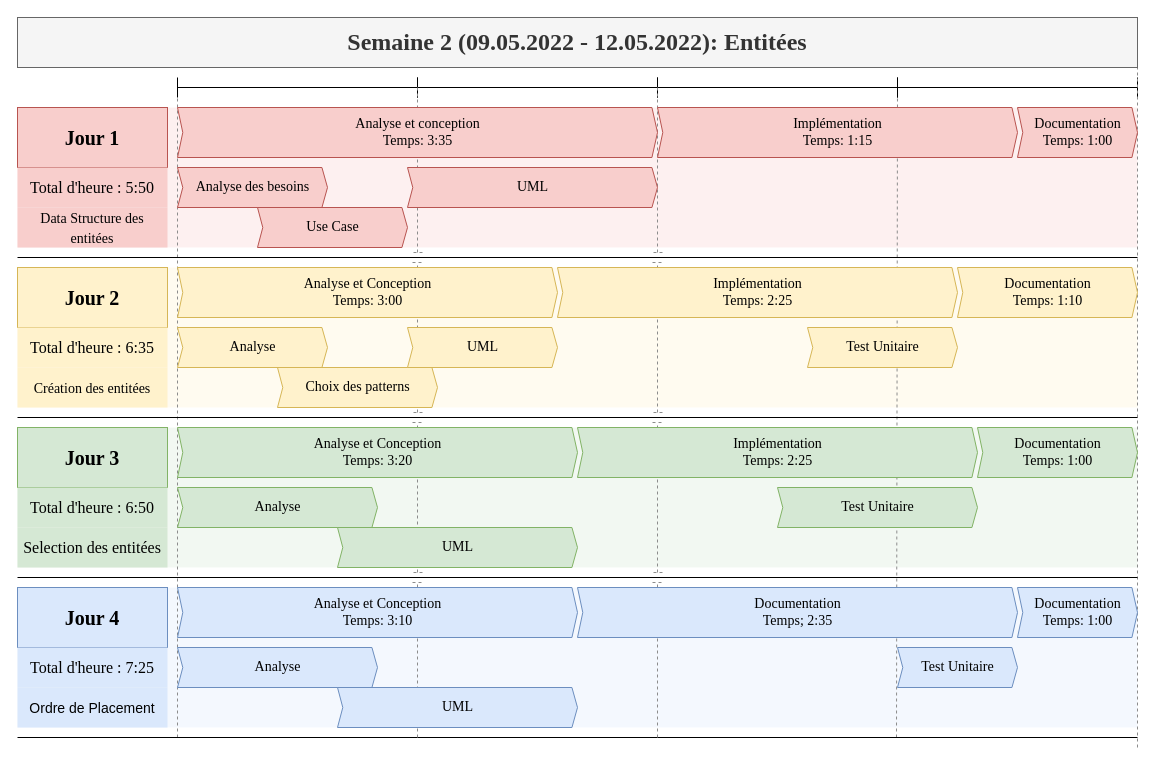
The draw.io diagram Assets/Documentation/Planification/FlorianDuruz_PlanningSemaine2_CastleDefense.drawio in Cat-du-Fromage/TPI_CastleDefense, before the edit. Source tidied: cells renumbered, new cells numbered last; positions are measured from the earlier drawing's top-left corner, leaving out a move shared by most shapes. Both pictures are drawn from the tidied source at 100%, with x=0, y=0 at pixel (17, 17).
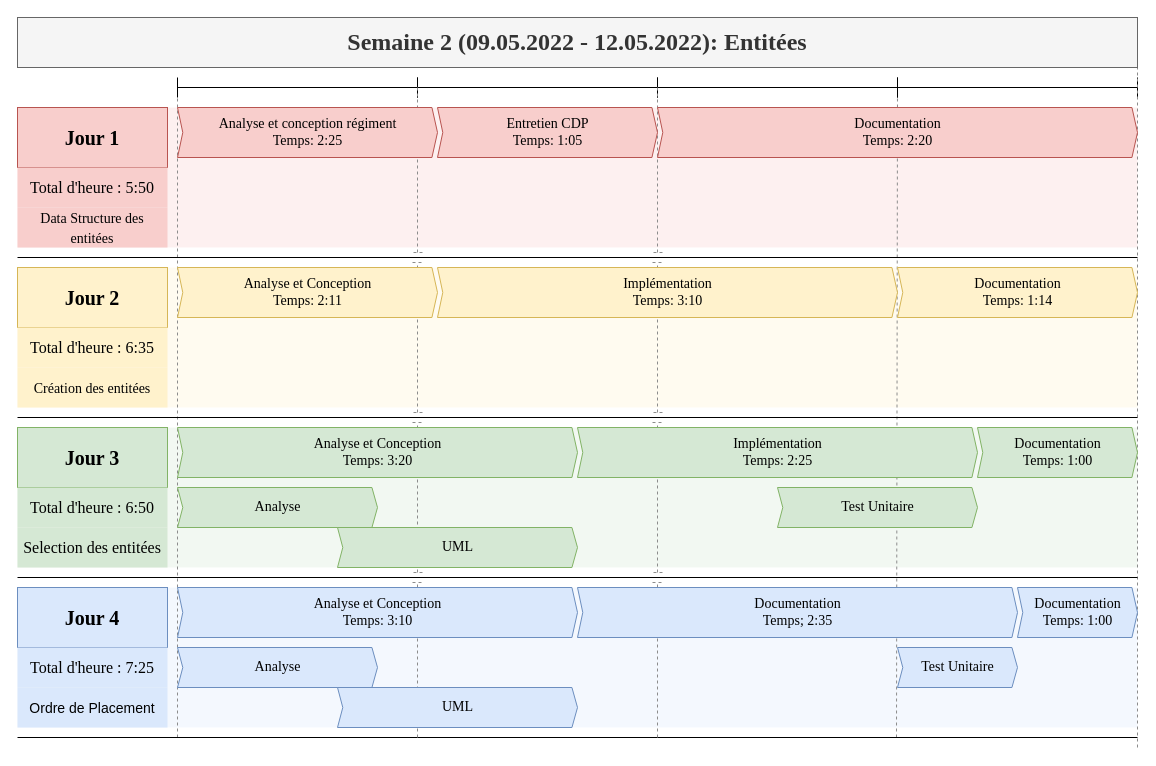
Above is the later version.

Change to the diagram source:
```diff
@@
-    <mxCell id="26" value="Implémentation&lt;br&gt;Temps: 2:25" style="html=1;shape=mxgraph.infographic.ribbonSimple;notch1=5.29;notch2=5.57;align=center;verticalAlign=middle;fontSize=14;fontStyle=0;fillColor=#fff2cc;strokeColor=#d6b656;fontFamily=Times New Roman;" parent="21" vertex="1">
-      <mxGeometry x="540" y="250" width="400" height="50" as="geometry" />
+    <mxCell id="26" value="Implémentation&lt;br&gt;Temps: 3:10" style="html=1;shape=mxgraph.infographic.ribbonSimple;notch1=5.29;notch2=5.57;align=center;verticalAlign=middle;fontSize=14;fontStyle=0;fillColor=#fff2cc;strokeColor=#d6b656;fontFamily=Times New Roman;" parent="21" vertex="1">
+      <mxGeometry x="420" y="250" width="460" height="50" as="geometry" />
     </mxCell>
-    <mxCell id="27" value="Choix des patterns" style="html=1;shape=mxgraph.infographic.ribbonSimple;notch1=5.29;notch2=5.57;align=center;verticalAlign=middle;fontSize=14;fontStyle=0;fillColor=#fff2cc;strokeColor=#d6b656;fontFamily=Times New Roman;" parent="21" vertex="1">
-      <mxGeometry x="260" y="350" width="160" height="40" as="geometry" />
-    </mxCell>
-    <mxCell id="28" value="Documentation&lt;br&gt;Temps: 1:10" style="html=1;shape=mxgraph.infographic.ribbonSimple;notch1=5.29;notch2=5.57;align=center;verticalAlign=middle;fontSize=14;fontStyle=0;fillColor=#fff2cc;strokeColor=#d6b656;gradientDirection=east;fontFamily=Times New Roman;" parent="21" vertex="1">
-      <mxGeometry x="940" y="250" width="180" height="50" as="geometry" />
+    <mxCell id="28" value="Documentation&lt;br&gt;Temps: 1:14" style="html=1;shape=mxgraph.infographic.ribbonSimple;notch1=5.29;notch2=5.57;align=center;verticalAlign=middle;fontSize=14;fontStyle=0;fillColor=#fff2cc;strokeColor=#d6b656;gradientDirection=east;fontFamily=Times New Roman;" parent="21" vertex="1">
+      <mxGeometry x="880" y="250" width="240" height="50" as="geometry" />
     </mxCell>
-    <mxCell id="29" value="Analyse et Conception&lt;br&gt;Temps: 3:00" style="html=1;shape=mxgraph.infographic.ribbonSimple;notch1=5.29;notch2=5.57;align=center;verticalAlign=middle;fontSize=14;fontStyle=0;fillColor=#fff2cc;strokeColor=#d6b656;fontFamily=Times New Roman;" parent="21" vertex="1">
-      <mxGeometry x="160" y="250" width="380" height="50" as="geometry" />
+    <mxCell id="29" value="Analyse et Conception&lt;br&gt;Temps: 2:11" style="html=1;shape=mxgraph.infographic.ribbonSimple;notch1=5.29;notch2=5.57;align=center;verticalAlign=middle;fontSize=14;fontStyle=0;fillColor=#fff2cc;strokeColor=#d6b656;fontFamily=Times New Roman;" parent="21" vertex="1">
+      <mxGeometry x="160" y="250" width="260" height="50" as="geometry" />
     </mxCell>
-    <mxCell id="30" value="Analyse" style="html=1;shape=mxgraph.infographic.ribbonSimple;notch1=5.29;notch2=5.57;align=center;verticalAlign=middle;fontSize=14;fontStyle=0;fillColor=#fff2cc;strokeColor=#d6b656;fontFamily=Times New Roman;" parent="21" vertex="1">
-      <mxGeometry x="160" y="310" width="150" height="40" as="geometry" />
-    </mxCell>
@@
-    <mxCell id="35" value="UML" style="html=1;shape=mxgraph.infographic.ribbonSimple;notch1=5.29;notch2=5.57;align=center;verticalAlign=middle;fontSize=14;fontStyle=0;fillColor=#fff2cc;strokeColor=#d6b656;fontFamily=Times New Roman;" parent="21" vertex="1">
-      <mxGeometry x="390" y="310" width="150" height="40" as="geometry" />
-    </mxCell>
@@
-    <mxCell id="38" value="Implémentation&lt;br&gt;Temps: 1:15" style="html=1;shape=mxgraph.infographic.ribbonSimple;notch1=5.29;notch2=5.57;align=center;verticalAlign=middle;fontSize=14;fontStyle=0;fillColor=#f8cecc;strokeColor=#b85450;fontFamily=Times New Roman;" parent="21" vertex="1">
-      <mxGeometry x="640" y="90" width="360" height="50" as="geometry" />
-    </mxCell>
-    <mxCell id="39" value="Analyse et conception&lt;br&gt;Temps: 3:35" style="html=1;shape=mxgraph.infographic.ribbonSimple;notch1=5.29;notch2=5.57;align=center;verticalAlign=middle;fontSize=14;fontStyle=0;fillColor=#f8cecc;strokeColor=#b85450;fontFamily=Times New Roman;" parent="21" vertex="1">
-      <mxGeometry x="160" y="90" width="480" height="50" as="geometry" />
+    <mxCell id="39" value="Analyse et conception régiment&lt;br&gt;Temps: 2:25" style="html=1;shape=mxgraph.infographic.ribbonSimple;notch1=5.29;notch2=5.57;align=center;verticalAlign=middle;fontSize=14;fontStyle=0;fillColor=#f8cecc;strokeColor=#b85450;fontFamily=Times New Roman;" parent="21" vertex="1">
+      <mxGeometry x="160" y="90" width="260" height="50" as="geometry" />
     </mxCell>
-    <mxCell id="40" value="Analyse des besoins" style="html=1;shape=mxgraph.infographic.ribbonSimple;notch1=5.29;notch2=5.57;align=center;verticalAlign=middle;fontSize=14;fontStyle=0;fillColor=#f8cecc;strokeColor=#b85450;fontFamily=Times New Roman;" parent="21" vertex="1">
-      <mxGeometry x="160" y="150" width="150" height="40" as="geometry" />
-    </mxCell>
@@
-    <mxCell id="51" value="Documentation&lt;br&gt;Temps: 1:00" style="html=1;shape=mxgraph.infographic.ribbonSimple;notch1=5.29;notch2=5.57;align=center;verticalAlign=middle;fontSize=14;fontStyle=0;fillColor=#f8cecc;strokeColor=#b85450;fontFamily=Times New Roman;" parent="21" vertex="1">
-      <mxGeometry x="1000" y="90" width="120" height="50" as="geometry" />
+    <mxCell id="51" value="Documentation&lt;br&gt;Temps: 2:20" style="html=1;shape=mxgraph.infographic.ribbonSimple;notch1=5.29;notch2=5.57;align=center;verticalAlign=middle;fontSize=14;fontStyle=0;fillColor=#f8cecc;strokeColor=#b85450;fontFamily=Times New Roman;" parent="21" vertex="1">
+      <mxGeometry x="640" y="90" width="480" height="50" as="geometry" />
     </mxCell>
@@
-    <mxCell id="53" value="Use Case" style="html=1;shape=mxgraph.infographic.ribbonSimple;notch1=5.29;notch2=5.57;align=center;verticalAlign=middle;fontSize=14;fontStyle=0;fillColor=#f8cecc;strokeColor=#b85450;fontFamily=Times New Roman;" parent="21" vertex="1">
-      <mxGeometry x="240" y="190" width="150" height="40" as="geometry" />
-    </mxCell>
-    <mxCell id="54" value="UML" style="html=1;shape=mxgraph.infographic.ribbonSimple;notch1=5.29;notch2=5.57;align=center;verticalAlign=middle;fontSize=14;fontStyle=0;fillColor=#f8cecc;strokeColor=#b85450;fontFamily=Times New Roman;" parent="21" vertex="1">
-      <mxGeometry x="390" y="150" width="250" height="40" as="geometry" />
-    </mxCell>
-    <mxCell id="55" value="Test Unitaire" style="html=1;shape=mxgraph.infographic.ribbonSimple;notch1=5.29;notch2=5.57;align=center;verticalAlign=middle;fontSize=14;fontStyle=0;fillColor=#fff2cc;strokeColor=#d6b656;fontFamily=Times New Roman;" parent="21" vertex="1">
-      <mxGeometry x="790" y="310" width="150" height="40" as="geometry" />
-    </mxCell>
@@
+    <mxCell id="59" value="Entretien CDP&lt;br&gt;Temps: 1:05" style="html=1;shape=mxgraph.infographic.ribbonSimple;notch1=5.29;notch2=5.57;align=center;verticalAlign=middle;fontSize=14;fontStyle=0;fillColor=#f8cecc;strokeColor=#b85450;fontFamily=Times New Roman;" parent="21" vertex="1">
+      <mxGeometry x="420" y="90" width="220" height="50" as="geometry" />
+    </mxCell>
```
